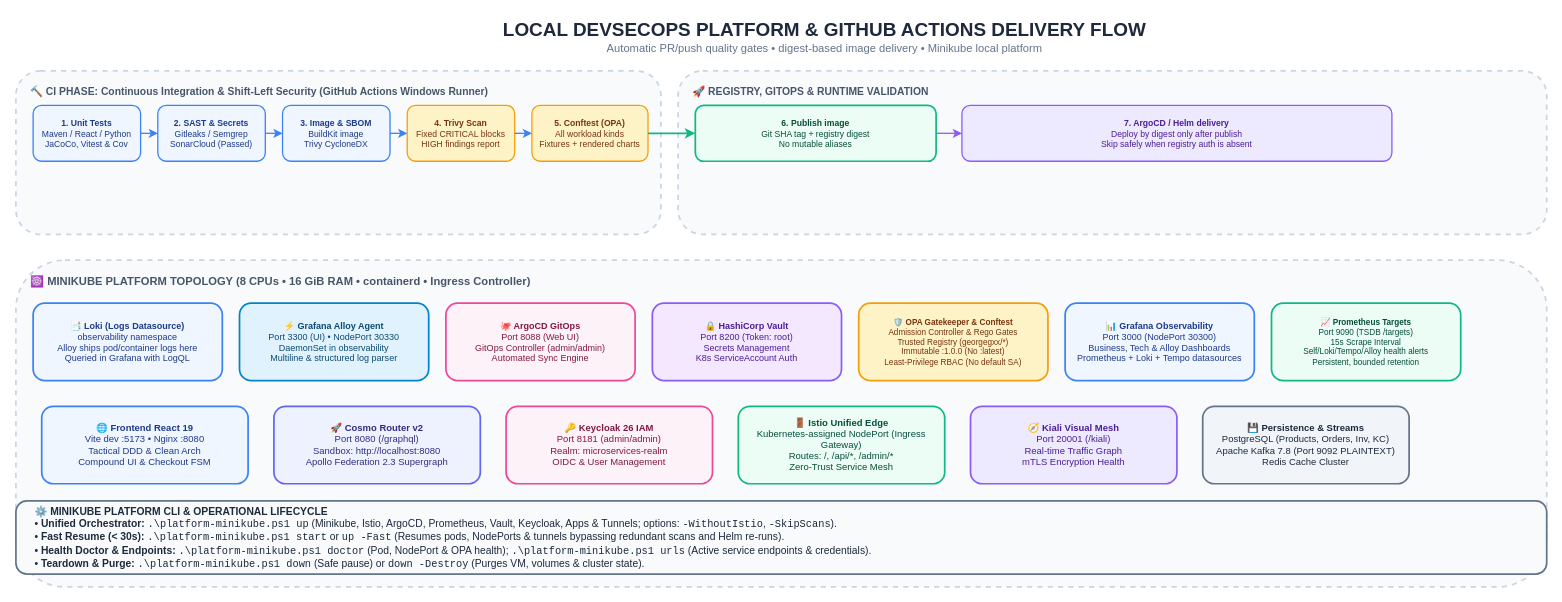
Before: page "9. Local DevSecOps Platform & GitHub Actions Delivery" (9 of 16) of docs/Diagrams.drawio in GeorgeGxx/microservices-architecture, a draw.io diagram. Source tidied: cells renumbered, new cells numbered last; positions are measured from the earlier drawing's top-left corner, leaving out a move shared by most shapes. Both pictures are drawn from the tidied source at 86%, with x=0, y=0 at pixel (15, 15).
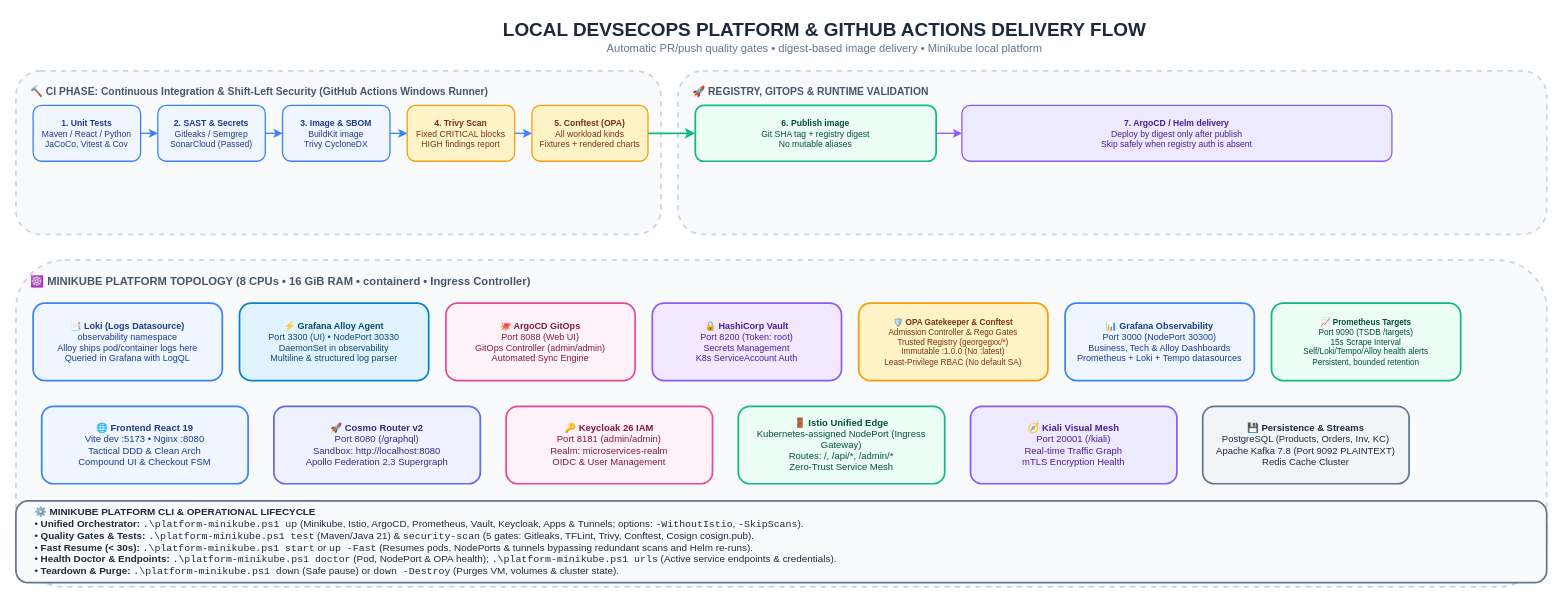
The same diagram, later.

Commit message (it also covers changes not shown here):
fix(devsecops): unify gitleaks config, fix CI whitespace, sync docs, drawio and deps

The edit, as a diff of the source:
```diff
@@
-    <mxCell id="32" value="&lt;b&gt;⚙️ MINIKUBE PLATFORM CLI &amp; OPERATIONAL LIFECYCLE&lt;/b&gt;&lt;br&gt;• &lt;b&gt;Unified Orchestrator:&lt;/b&gt; &lt;code&gt;.\platform-minikube.ps1 up&lt;/code&gt; (Minikube, Istio, ArgoCD, Prometheus, Vault, Keycloak, Apps &amp; Tunnels; options: &lt;code&gt;-WithoutIstio&lt;/code&gt;, &lt;code&gt;-SkipScans&lt;/code&gt;).&lt;br&gt;• &lt;b&gt;Fast Resume (&amp;lt; 30s):&lt;/b&gt; &lt;code&gt;.\platform-minikube.ps1 start&lt;/code&gt; or &lt;code&gt;up -Fast&lt;/code&gt; (Resumes pods, NodePorts &amp; tunnels bypassing redundant scans and Helm re-runs).&lt;br&gt;• &lt;b&gt;Health Doctor &amp; Endpoints:&lt;/b&gt; &lt;code&gt;.\platform-minikube.ps1 doctor&lt;/code&gt; (Pod, NodePort &amp; OPA health); &lt;code&gt;.\platform-minikube.ps1 urls&lt;/code&gt; (Active service endpoints &amp; credentials).&lt;br&gt;• &lt;b&gt;Teardown &amp; Purge:&lt;/b&gt; &lt;code&gt;.\platform-minikube.ps1 down&lt;/code&gt; (Safe pause) or &lt;code&gt;down -Destroy&lt;/code&gt; (Purges VM, volumes &amp; cluster state)." style="rounded=1;whiteSpace=wrap;html=1;fillColor=#F8FAFC;strokeColor=#64748B;strokeWidth=2;fontColor=#1E293B;fontSize=12;align=left;spacingLeft=20;" parent="1" vertex="1">
-      <mxGeometry y="565" width="1780" height="85" as="geometry" />
+    <mxCell id="32" value="&lt;b&gt;⚙️ MINIKUBE PLATFORM CLI &amp; OPERATIONAL LIFECYCLE&lt;/b&gt;&lt;br&gt;• &lt;b&gt;Unified Orchestrator:&lt;/b&gt; &lt;code&gt;.\platform-minikube.ps1 up&lt;/code&gt; (Minikube, Istio, ArgoCD, Prometheus, Vault, Keycloak, Apps &amp; Tunnels; options: &lt;code&gt;-WithoutIstio&lt;/code&gt;, &lt;code&gt;-SkipScans&lt;/code&gt;).&lt;br&gt;• &lt;b&gt;Quality Gates &amp; Tests:&lt;/b&gt; &lt;code&gt;.\platform-minikube.ps1 test&lt;/code&gt; (Maven/Java 21) &amp; &lt;code&gt;security-scan&lt;/code&gt; (5 gates: Gitleaks, TFLint, Trivy, Conftest, Cosign cosign.pub).&lt;br&gt;• &lt;b&gt;Fast Resume (&amp;lt; 30s):&lt;/b&gt; &lt;code&gt;.\platform-minikube.ps1 start&lt;/code&gt; or &lt;code&gt;up -Fast&lt;/code&gt; (Resumes pods, NodePorts &amp; tunnels bypassing redundant scans and Helm re-runs).&lt;br&gt;• &lt;b&gt;Health Doctor &amp; Endpoints:&lt;/b&gt; &lt;code&gt;.\platform-minikube.ps1 doctor&lt;/code&gt; (Pod, NodePort &amp; OPA health); &lt;code&gt;.\platform-minikube.ps1 urls&lt;/code&gt; (Active service endpoints &amp; credentials).&lt;br&gt;• &lt;b&gt;Teardown &amp; Purge:&lt;/b&gt; &lt;code&gt;.\platform-minikube.ps1 down&lt;/code&gt; (Safe pause) or &lt;code&gt;down -Destroy&lt;/code&gt; (Purges VM, volumes &amp; cluster state)." style="rounded=1;whiteSpace=wrap;html=1;fillColor=#F8FAFC;strokeColor=#64748B;strokeWidth=2;fontColor=#1E293B;fontSize=11.5;align=left;spacingLeft=20;" parent="1" vertex="1">
+      <mxGeometry y="565" width="1780" height="95" as="geometry" />
     </mxCell>
```
